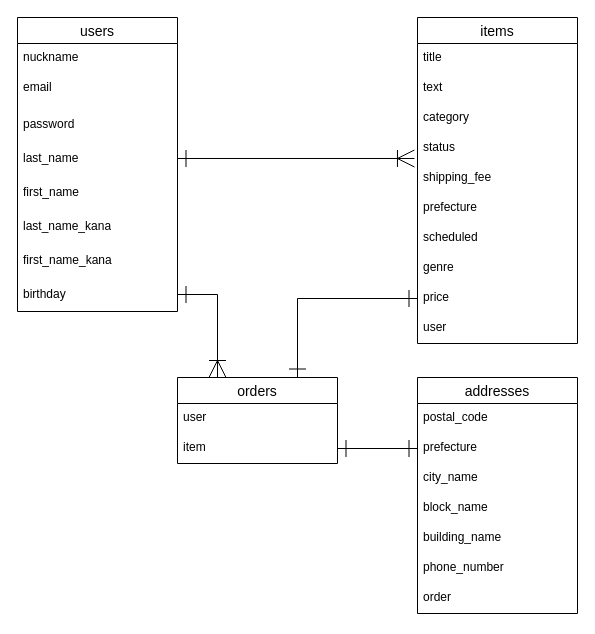
Before: furima.dio in tomoya1600/furima-35717, a draw.io diagram. Source tidied: cells renumbered, new cells numbered last; positions are measured from the earlier drawing's top-left corner, leaving out a move shared by most shapes. Both pictures are drawn from the tidied source at 100%, with x=0, y=0 at pixel (17, 17).
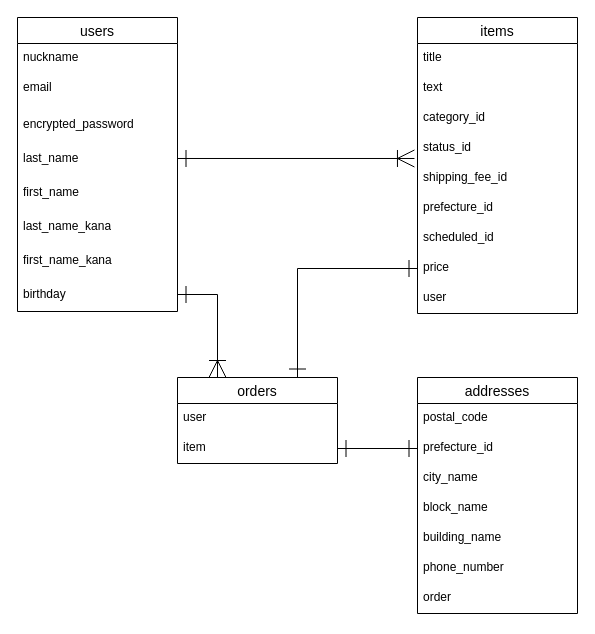
Above is the later version.

The change refers to these unchanged cells:
```xml
<mxCell id="2" value="users" style="swimlane;fontStyle=0;horizontal=1;startSize=26;align=center;fontSize=14;" parent="1" vertex="1">
  <mxGeometry width="160" height="294" as="geometry" />
</mxCell>
<mxCell id="25" value="addresses" style="swimlane;fontStyle=0;horizontal=1;startSize=26;align=center;fontSize=14;html=0;" parent="1" vertex="1">
  <mxGeometry x="400" y="360" width="160" height="236" as="geometry" />
</mxCell>
```

What changed in the source:
```diff
@@
-    <mxCell id="5" value="password" style="text;strokeColor=none;fillColor=none;spacingLeft=4;spacingRight=4;overflow=hidden;fontSize=12;verticalAlign=middle;whiteSpace=wrap;" parent="2" vertex="1">
+    <mxCell id="5" value="encrypted_password" style="text;strokeColor=none;fillColor=none;spacingLeft=4;spacingRight=4;overflow=hidden;fontSize=12;verticalAlign=middle;whiteSpace=wrap;" parent="2" vertex="1">
       <mxGeometry y="90" width="160" height="34" as="geometry" />
     </mxCell>
@@
     <mxCell id="11" value="items" style="swimlane;fontStyle=0;horizontal=1;startSize=26;align=center;fontSize=14;html=0;" parent="1" vertex="1">
-      <mxGeometry x="400" width="160" height="326" as="geometry" />
+      <mxGeometry x="400" width="160" height="296" as="geometry" />
     </mxCell>
@@
-    <mxCell id="14" value="category" style="text;strokeColor=none;fillColor=none;spacingLeft=4;spacingRight=4;overflow=hidden;fontSize=12;" parent="11" vertex="1">
+    <mxCell id="14" value="category_id" style="text;strokeColor=none;fillColor=none;spacingLeft=4;spacingRight=4;overflow=hidden;fontSize=12;" parent="11" vertex="1">
       <mxGeometry y="86" width="160" height="30" as="geometry" />
     </mxCell>
-    <mxCell id="15" value="status" style="text;strokeColor=none;fillColor=none;spacingLeft=4;spacingRight=4;overflow=hidden;points=[[0,0.5],[1,0.5]];portConstraint=eastwest;fontSize=12;" parent="11" vertex="1">
+    <mxCell id="15" value="status_id" style="text;strokeColor=none;fillColor=none;spacingLeft=4;spacingRight=4;overflow=hidden;points=[[0,0.5],[1,0.5]];portConstraint=eastwest;fontSize=12;" parent="11" vertex="1">
       <mxGeometry y="116" width="160" height="30" as="geometry" />
     </mxCell>
-    <mxCell id="16" value="shipping_fee" style="text;strokeColor=none;fillColor=none;spacingLeft=4;spacingRight=4;overflow=hidden;fontSize=12;" parent="11" vertex="1">
+    <mxCell id="16" value="shipping_fee_id" style="text;strokeColor=none;fillColor=none;spacingLeft=4;spacingRight=4;overflow=hidden;fontSize=12;" parent="11" vertex="1">
       <mxGeometry y="146" width="160" height="30" as="geometry" />
     </mxCell>
-    <mxCell id="17" value="prefecture" style="text;strokeColor=none;fillColor=none;spacingLeft=4;spacingRight=4;overflow=hidden;fontSize=12;" parent="11" vertex="1">
+    <mxCell id="17" value="prefecture_id" style="text;strokeColor=none;fillColor=none;spacingLeft=4;spacingRight=4;overflow=hidden;fontSize=12;" parent="11" vertex="1">
       <mxGeometry y="176" width="160" height="30" as="geometry" />
     </mxCell>
-    <mxCell id="18" value="scheduled" style="text;strokeColor=none;fillColor=none;spacingLeft=4;spacingRight=4;overflow=hidden;fontSize=12;" parent="11" vertex="1">
+    <mxCell id="18" value="scheduled_id" style="text;strokeColor=none;fillColor=none;spacingLeft=4;spacingRight=4;overflow=hidden;fontSize=12;" parent="11" vertex="1">
       <mxGeometry y="206" width="160" height="30" as="geometry" />
     </mxCell>
-    <mxCell id="19" value="genre" style="text;strokeColor=none;fillColor=none;spacingLeft=4;spacingRight=4;overflow=hidden;fontSize=12;" parent="11" vertex="1">
-      <mxGeometry y="236" width="160" height="30" as="geometry" />
-    </mxCell>
     <mxCell id="20" value="price" style="text;strokeColor=none;fillColor=none;spacingLeft=4;spacingRight=4;overflow=hidden;points=[[0,0.5],[1,0.5]];portConstraint=eastwest;fontSize=12;" parent="11" vertex="1">
-      <mxGeometry y="266" width="160" height="30" as="geometry" />
+      <mxGeometry y="236" width="160" height="30" as="geometry" />
     </mxCell>
     <mxCell id="21" value="user" style="text;strokeColor=none;fillColor=none;spacingLeft=4;spacingRight=4;overflow=hidden;fontSize=12;" parent="11" vertex="1">
-      <mxGeometry y="296" width="160" height="30" as="geometry" />
+      <mxGeometry y="266" width="160" height="30" as="geometry" />
     </mxCell>
@@
-    <mxCell id="27" value="prefecture" style="text;strokeColor=none;fillColor=none;spacingLeft=4;spacingRight=4;overflow=hidden;points=[[0,0.5],[1,0.5]];portConstraint=eastwest;fontSize=12;" parent="25" vertex="1">
+    <mxCell id="27" value="prefecture_id" style="text;strokeColor=none;fillColor=none;spacingLeft=4;spacingRight=4;overflow=hidden;points=[[0,0.5],[1,0.5]];portConstraint=eastwest;fontSize=12;" parent="25" vertex="1">
       <mxGeometry y="56" width="160" height="30" as="geometry" />
     </mxCell>
```
